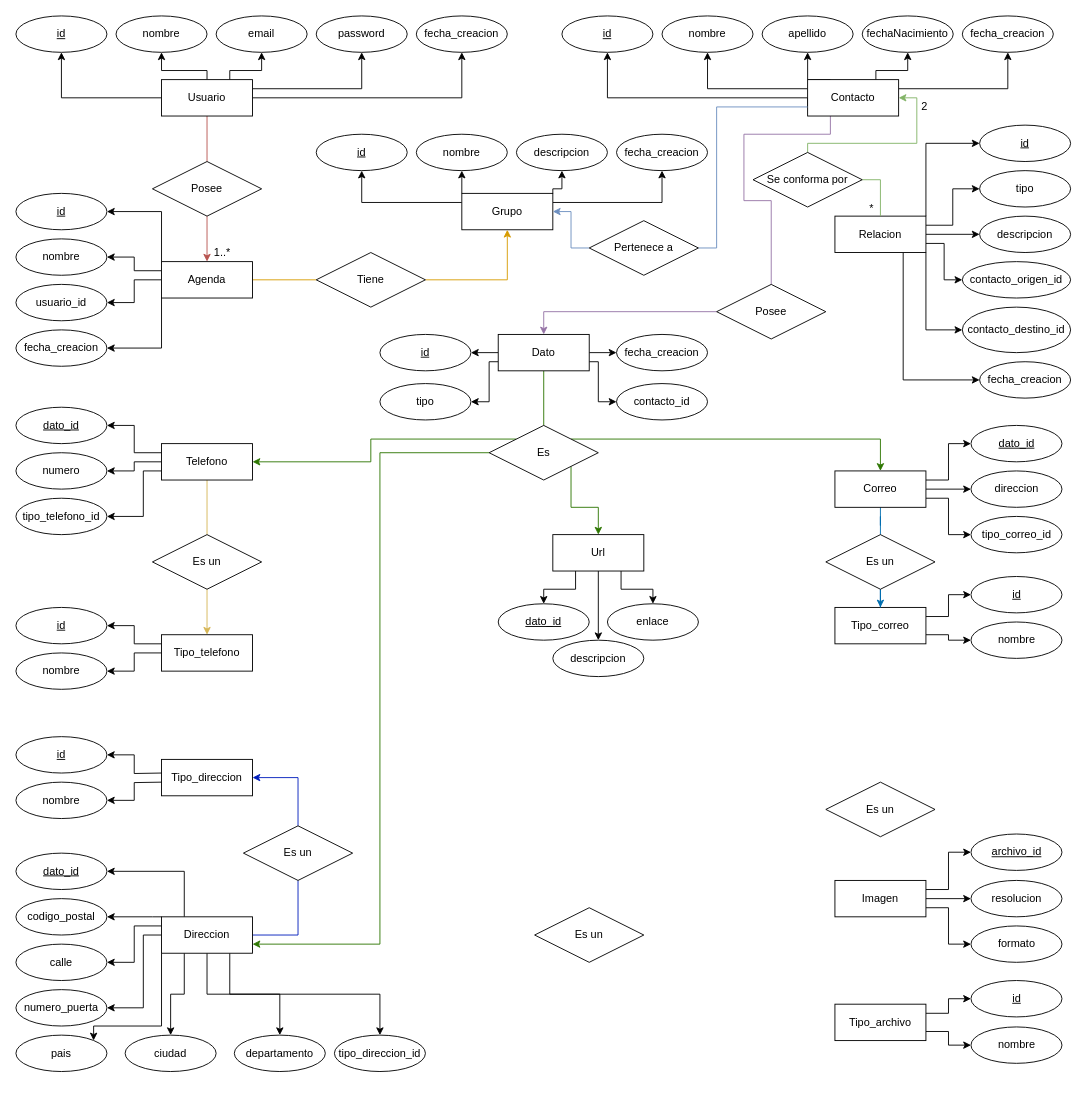
This is Diagrama sin título.drawio from clara-s-n/ejercicio_sobre_repositorios, a draw.io file, before an edit. Source tidied: cells renumbered, new cells numbered last; positions are measured from the earlier drawing's top-left corner, leaving out a move shared by most shapes. Both pictures are drawn from the tidied source at 91%, with x=0, y=0 at pixel (15, 15).
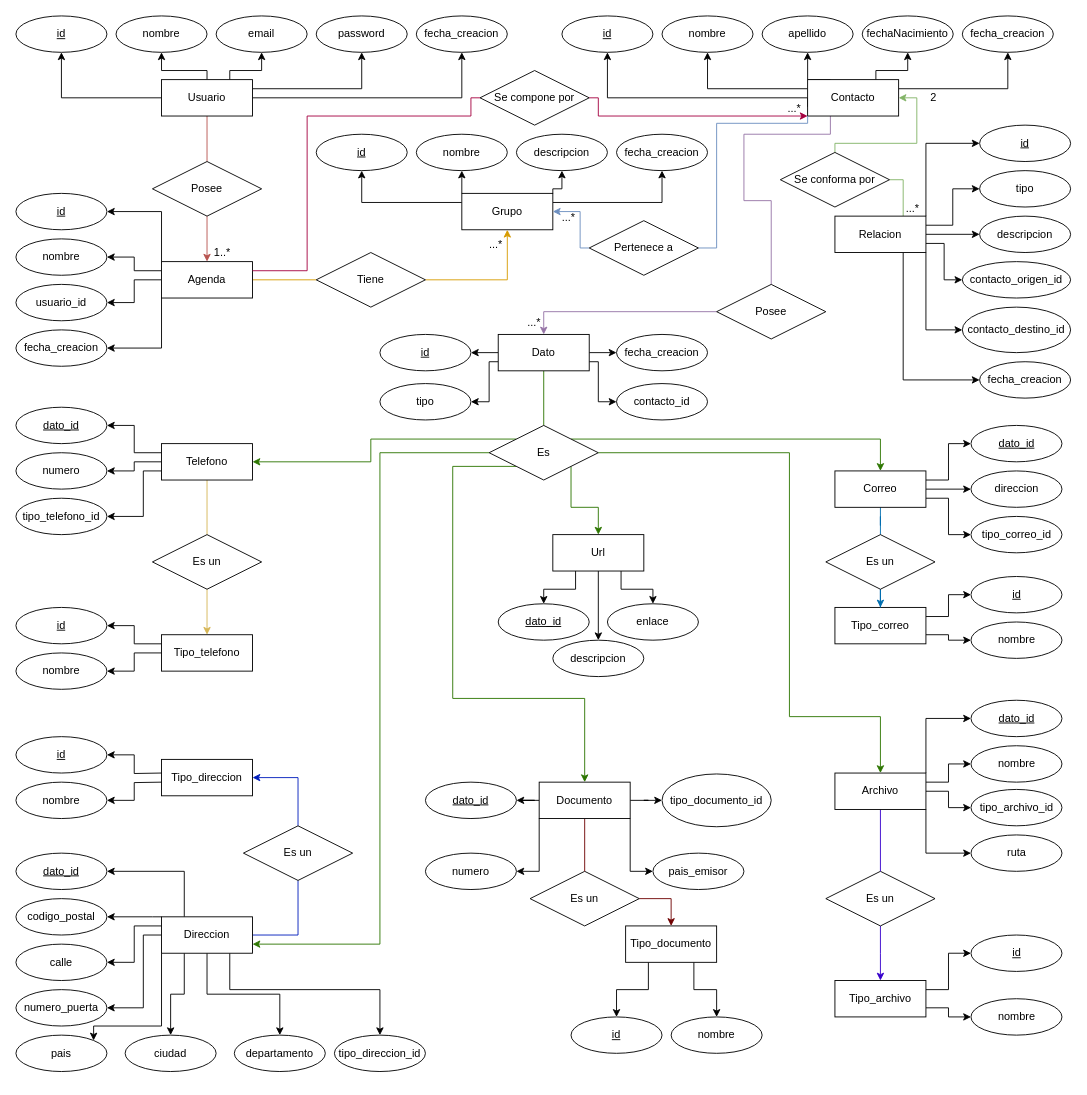
Above is the later version.

The change refers to these unchanged cells:
```xml
<mxCell id="8" value="Usuario" style="whiteSpace=wrap;html=1;align=center;" parent="1" vertex="1">
  <mxGeometry x="160" y="70" width="100" height="40" as="geometry" />
</mxCell>
<mxCell id="17" value="Agenda" style="whiteSpace=wrap;html=1;align=center;" parent="1" vertex="1">
  <mxGeometry x="160" y="270" width="100" height="40" as="geometry" />
</mxCell>
<mxCell id="29" value="Contacto" style="whiteSpace=wrap;html=1;align=center;" parent="1" vertex="1">
  <mxGeometry x="870" y="70" width="100" height="40" as="geometry" />
</mxCell>
<mxCell id="42" value="Relacion" style="whiteSpace=wrap;html=1;align=center;" parent="1" vertex="1">
  <mxGeometry x="900" y="220" width="100" height="40" as="geometry" />
</mxCell>
<mxCell id="52" value="fecha_creacion" style="ellipse;whiteSpace=wrap;html=1;align=center;" parent="1" vertex="1">
  <mxGeometry x="440" width="100" height="40" as="geometry" />
</mxCell>
<mxCell id="61" value="Grupo" style="whiteSpace=wrap;html=1;align=center;" parent="1" vertex="1">
  <mxGeometry x="490" y="195" width="100" height="40" as="geometry" />
</mxCell>
<mxCell id="70" value="Pertenece a" style="shape=rhombus;perimeter=rhombusPerimeter;whiteSpace=wrap;html=1;align=center;" parent="1" vertex="1">
  <mxGeometry x="630" y="225" width="120" height="60" as="geometry" />
</mxCell>
<mxCell id="102" value="Es" style="shape=rhombus;perimeter=rhombusPerimeter;whiteSpace=wrap;html=1;align=center;" parent="1" vertex="1">
  <mxGeometry x="520" y="450" width="120" height="60" as="geometry" />
</mxCell>
<mxCell id="134" value="Direccion" style="whiteSpace=wrap;html=1;align=center;" parent="1" vertex="1">
  <mxGeometry x="160" y="990" width="100" height="40" as="geometry" />
</mxCell>
<mxCell id="149" value="tipo_direccion_id" style="ellipse;whiteSpace=wrap;html=1;align=center;" parent="1" vertex="1">
  <mxGeometry x="350" y="1120" width="100" height="40" as="geometry" />
</mxCell>
```

What changed in the source:
```diff
@@
     <mxCell id="5" style="edgeStyle=orthogonalEdgeStyle;rounded=0;jettySize=auto;html=1;exitX=1;exitY=0.5;exitDx=0;exitDy=0;entryX=0.5;entryY=1;entryDx=0;entryDy=0;" parent="1" edge="1" source="8" target="52">
-      <mxGeometry relative="1" as="geometry" />
+      <mxGeometry relative="1" as="geometry">
+        <Array as="points">
+          <mxPoint x="490" y="90" />
+        </Array>
+      </mxGeometry>
     </mxCell>
@@
+    <mxCell id="165" style="edgeStyle=orthogonalEdgeStyle;rounded=0;jettySize=auto;html=1;exitX=0.75;exitY=0;exitDx=0;exitDy=0;entryX=1;entryY=0.5;entryDx=0;entryDy=0;endArrow=none;endFill=0;fillColor=#d5e8d4;strokeColor=#82b366;" parent="1" edge="1" source="42" target="45">
+      <mxGeometry relative="1" as="geometry">
+        <Array as="points">
+          <mxPoint x="975" y="180" />
+        </Array>
+      </mxGeometry>
+    </mxCell>
@@
-    <mxCell id="43" style="edgeStyle=orthogonalEdgeStyle;rounded=0;jettySize=auto;html=1;exitX=1;exitY=0.5;exitDx=0;exitDy=0;entryX=0.5;entryY=0;entryDx=0;entryDy=0;fillColor=#d5e8d4;strokeColor=#82b366;endArrow=none;endFill=0;" parent="1" edge="1" source="45" target="42">
-      <mxGeometry relative="1" as="geometry" />
-    </mxCell>
     <mxCell id="44" style="edgeStyle=orthogonalEdgeStyle;rounded=0;jettySize=auto;html=1;exitX=0.5;exitY=0;exitDx=0;exitDy=0;entryX=1;entryY=0.5;entryDx=0;entryDy=0;fillColor=#d5e8d4;strokeColor=#82b366;" parent="1" edge="1" source="45" target="29">
       <mxGeometry relative="1" as="geometry">
         <Array as="points">
-          <mxPoint x="870" y="140" />
+          <mxPoint x="900" y="140" />
           <mxPoint x="990" y="140" />
           <mxPoint x="990" y="90" />
         </Array>
       </mxGeometry>
     </mxCell>
     <mxCell id="45" value="Se conforma por" style="shape=rhombus;perimeter=rhombusPerimeter;whiteSpace=wrap;html=1;align=center;" parent="1" vertex="1">
-      <mxGeometry x="810" y="150" width="120" height="60" as="geometry" />
+      <mxGeometry x="840" y="150" width="120" height="60" as="geometry" />
     </mxCell>
@@
-    <mxCell id="53" value="*" style="html=1;whiteSpace=wrap;align=right;verticalAlign=bottom;" parent="1" vertex="1">
-      <mxGeometry x="810" y="220" as="geometry">
+    <mxCell id="53" value="...&lt;span style=&quot;background-color: initial;&quot;&gt;*&lt;/span&gt;" style="html=1;whiteSpace=wrap;align=right;verticalAlign=bottom;" parent="1" vertex="1">
+      <mxGeometry x="860" y="220" as="geometry">
         <mxPoint x="134" as="offset" />
       </mxGeometry>
     </mxCell>
     <mxCell id="54" value="2" style="html=1;whiteSpace=wrap;align=right;verticalAlign=bottom;" parent="1" vertex="1">
-      <mxGeometry x="980" y="100" as="geometry">
+      <mxGeometry x="990" y="90" as="geometry">
         <mxPoint x="23" y="8" as="offset" />
       </mxGeometry>
     </mxCell>
@@
-    <mxCell id="63" style="edgeStyle=orthogonalEdgeStyle;rounded=0;jettySize=auto;html=1;exitX=0;exitY=0.75;exitDx=0;exitDy=0;entryX=1;entryY=0.5;entryDx=0;entryDy=0;endArrow=none;endFill=0;fillColor=#dae8fc;strokeColor=#6c8ebf;" parent="1" edge="1" source="29" target="70">
+    <mxCell id="63" style="edgeStyle=orthogonalEdgeStyle;rounded=0;jettySize=auto;html=1;endArrow=none;endFill=0;fillColor=#dae8fc;strokeColor=#6c8ebf;exitX=0;exitY=1;exitDx=0;exitDy=0;entryX=1;entryY=0.5;entryDx=0;entryDy=0;" parent="1" edge="1" source="29" target="70">
       <mxGeometry relative="1" as="geometry">
         <Array as="points">
-          <mxPoint x="770" y="100" />
+          <mxPoint x="870" y="118" />
+          <mxPoint x="770" y="118" />
           <mxPoint x="770" y="255" />
         </Array>
       </mxGeometry>
     </mxCell>
@@
     <mxCell id="69" style="edgeStyle=orthogonalEdgeStyle;rounded=0;jettySize=auto;html=1;exitX=0;exitY=0.5;exitDx=0;exitDy=0;entryX=1;entryY=0.5;entryDx=0;entryDy=0;fillColor=#dae8fc;strokeColor=#6c8ebf;" parent="1" edge="1" source="70" target="61">
-      <mxGeometry relative="1" as="geometry" />
+      <mxGeometry relative="1" as="geometry">
+        <Array as="points">
+          <mxPoint x="620" y="255" />
+          <mxPoint x="620" y="215" />
+        </Array>
+      </mxGeometry>
     </mxCell>
@@
+    <mxCell id="166" style="edgeStyle=orthogonalEdgeStyle;rounded=0;jettySize=auto;html=1;exitX=1;exitY=0.5;exitDx=0;exitDy=0;entryX=0.5;entryY=0;entryDx=0;entryDy=0;fillColor=#60a917;strokeColor=#2D7600;" parent="1" edge="1" source="102" target="175">
+      <mxGeometry relative="1" as="geometry">
+        <Array as="points">
+          <mxPoint x="850" y="480" />
+          <mxPoint x="850" y="770" />
+          <mxPoint x="950" y="770" />
+        </Array>
+      </mxGeometry>
+    </mxCell>
+    <mxCell id="167" style="edgeStyle=orthogonalEdgeStyle;rounded=0;jettySize=auto;html=1;exitX=0;exitY=1;exitDx=0;exitDy=0;fillColor=#60a917;strokeColor=#2D7600;" parent="1" edge="1" source="102" target="185">
+      <mxGeometry relative="1" as="geometry">
+        <Array as="points">
+          <mxPoint x="480" y="495" />
+          <mxPoint x="480" y="750" />
+          <mxPoint x="625" y="750" />
+        </Array>
+      </mxGeometry>
+    </mxCell>
@@
     <mxCell id="132" style="edgeStyle=orthogonalEdgeStyle;rounded=0;jettySize=auto;html=1;exitX=0.75;exitY=1;exitDx=0;exitDy=0;entryX=0.5;entryY=0;entryDx=0;entryDy=0;" parent="1" edge="1" source="134" target="149">
-      <mxGeometry relative="1" as="geometry" />
+      <mxGeometry relative="1" as="geometry">
+        <Array as="points">
+          <mxPoint x="235" y="1070" />
+          <mxPoint x="400" y="1070" />
+        </Array>
+      </mxGeometry>
     </mxCell>
@@
     <mxCell id="153" value="Tipo_archivo" style="whiteSpace=wrap;html=1;align=center;" parent="1" vertex="1">
-      <mxGeometry x="900" y="1086" width="100" height="40" as="geometry" />
+      <mxGeometry x="900" y="1060" width="100" height="40" as="geometry" />
     </mxCell>
     <mxCell id="154" value="id" style="ellipse;whiteSpace=wrap;html=1;align=center;fontStyle=4;" parent="1" vertex="1">
-      <mxGeometry x="1049.5" y="1060" width="100" height="40" as="geometry" />
+      <mxGeometry x="1049.5" y="1010" width="100" height="40" as="geometry" />
     </mxCell>
     <mxCell id="155" value="nombre" style="ellipse;whiteSpace=wrap;html=1;align=center;" parent="1" vertex="1">
-      <mxGeometry x="1049.5" y="1111" width="100" height="40" as="geometry" />
+      <mxGeometry x="1049.5" y="1080" width="100" height="40" as="geometry" />
     </mxCell>
+    <mxCell id="168" style="edgeStyle=orthogonalEdgeStyle;rounded=0;jettySize=auto;html=1;exitX=1;exitY=0.5;exitDx=0;exitDy=0;entryX=0.5;entryY=0;entryDx=0;entryDy=0;fillColor=#a20025;strokeColor=#6F0000;" parent="1" edge="1" source="156" target="188">
+      <mxGeometry relative="1" as="geometry" />
+    </mxCell>
     <mxCell id="156" value="Es un" style="shape=rhombus;perimeter=rhombusPerimeter;whiteSpace=wrap;html=1;align=center;" parent="1" vertex="1">
-      <mxGeometry x="570" y="980" width="120" height="60" as="geometry" />
+      <mxGeometry x="565" y="940" width="120" height="60" as="geometry" />
     </mxCell>
+    <mxCell id="169" style="edgeStyle=orthogonalEdgeStyle;rounded=0;jettySize=auto;html=1;fillColor=#6a00ff;strokeColor=#3700CC;" parent="1" edge="1" source="157" target="153">
+      <mxGeometry relative="1" as="geometry">
+        <Array as="points">
+          <mxPoint x="950" y="1030" />
+          <mxPoint x="950" y="1030" />
+        </Array>
+      </mxGeometry>
+    </mxCell>
     <mxCell id="157" value="Es un" style="shape=rhombus;perimeter=rhombusPerimeter;whiteSpace=wrap;html=1;align=center;" parent="1" vertex="1">
-      <mxGeometry x="890" y="842" width="120" height="60" as="geometry" />
+      <mxGeometry x="890" y="940" width="120" height="60" as="geometry" />
     </mxCell>
-    <mxCell id="158" style="edgeStyle=orthogonalEdgeStyle;rounded=0;jettySize=auto;html=1;exitX=1;exitY=0.25;exitDx=0;exitDy=0;entryX=0;entryY=0.5;entryDx=0;entryDy=0;" parent="1" edge="1" source="161" target="162">
-      <mxGeometry relative="1" as="geometry" />
-    </mxCell>
-    <mxCell id="159" style="edgeStyle=orthogonalEdgeStyle;rounded=0;jettySize=auto;html=1;exitX=1;exitY=0.75;exitDx=0;exitDy=0;entryX=0;entryY=0.5;entryDx=0;entryDy=0;" parent="1" edge="1" source="161" target="164">
-      <mxGeometry relative="1" as="geometry" />
-    </mxCell>
-    <mxCell id="160" style="edgeStyle=orthogonalEdgeStyle;rounded=0;jettySize=auto;html=1;exitX=1;exitY=0.5;exitDx=0;exitDy=0;entryX=0;entryY=0.5;entryDx=0;entryDy=0;" parent="1" edge="1" source="161" target="163">
-      <mxGeometry relative="1" as="geometry" />
-    </mxCell>
-    <mxCell id="161" value="Imagen" style="whiteSpace=wrap;html=1;align=center;" parent="1" vertex="1">
-      <mxGeometry x="900" y="950" width="100" height="40" as="geometry" />
-    </mxCell>
-    <mxCell id="162" value="archivo_id" style="ellipse;whiteSpace=wrap;html=1;align=center;fontStyle=4;" parent="1" vertex="1">
-      <mxGeometry x="1049.5" y="899" width="100" height="40" as="geometry" />
-    </mxCell>
-    <mxCell id="163" value="resolucion" style="ellipse;whiteSpace=wrap;html=1;align=center;" parent="1" vertex="1">
-      <mxGeometry x="1049.5" y="950" width="100" height="40" as="geometry" />
-    </mxCell>
-    <mxCell id="164" value="formato" style="ellipse;whiteSpace=wrap;html=1;align=center;" parent="1" vertex="1">
-      <mxGeometry x="1049.5" y="1000" width="100" height="40" as="geometry" />
-    </mxCell>
+    <mxCell id="170" style="edgeStyle=orthogonalEdgeStyle;rounded=0;jettySize=auto;html=1;exitX=1;exitY=0.25;exitDx=0;exitDy=0;entryX=0;entryY=0.5;entryDx=0;entryDy=0;" parent="1" edge="1" source="175" target="177">
+      <mxGeometry relative="1" as="geometry" />
+    </mxCell>
+    <mxCell id="171" style="edgeStyle=orthogonalEdgeStyle;rounded=0;jettySize=auto;html=1;" parent="1" edge="1" source="175" target="178">
+      <mxGeometry relative="1" as="geometry" />
+    </mxCell>
+    <mxCell id="172" style="edgeStyle=orthogonalEdgeStyle;rounded=0;jettySize=auto;html=1;exitX=1;exitY=1;exitDx=0;exitDy=0;entryX=0;entryY=0.5;entryDx=0;entryDy=0;" parent="1" edge="1" source="175" target="179">
+      <mxGeometry relative="1" as="geometry" />
+    </mxCell>
+    <mxCell id="173" style="edgeStyle=orthogonalEdgeStyle;rounded=0;jettySize=auto;html=1;exitX=1;exitY=0;exitDx=0;exitDy=0;entryX=0;entryY=0.5;entryDx=0;entryDy=0;" parent="1" edge="1" source="175" target="176">
+      <mxGeometry relative="1" as="geometry" />
+    </mxCell>
+    <mxCell id="174" style="edgeStyle=orthogonalEdgeStyle;rounded=0;jettySize=auto;html=1;exitX=0.5;exitY=1;exitDx=0;exitDy=0;endArrow=none;endFill=0;fillColor=#6a00ff;strokeColor=#3700CC;" parent="1" edge="1" source="175" target="157">
+      <mxGeometry relative="1" as="geometry" />
+    </mxCell>
+    <mxCell id="175" value="Archivo" style="whiteSpace=wrap;html=1;align=center;" parent="1" vertex="1">
+      <mxGeometry x="900" y="832" width="100" height="40" as="geometry" />
+    </mxCell>
+    <mxCell id="176" value="dato_&lt;span style=&quot;background-color: initial;&quot;&gt;id&lt;/span&gt;" style="ellipse;whiteSpace=wrap;html=1;align=center;fontStyle=4;" parent="1" vertex="1">
+      <mxGeometry x="1049.5" y="752" width="100" height="40" as="geometry" />
+    </mxCell>
+    <mxCell id="177" value="nombre" style="ellipse;whiteSpace=wrap;html=1;align=center;" parent="1" vertex="1">
+      <mxGeometry x="1049.5" y="802" width="100" height="40" as="geometry" />
+    </mxCell>
+    <mxCell id="178" value="tipo_archivo_id" style="ellipse;whiteSpace=wrap;html=1;align=center;" parent="1" vertex="1">
+      <mxGeometry x="1049.5" y="850" width="100" height="40" as="geometry" />
+    </mxCell>
+    <mxCell id="179" value="ruta" style="ellipse;whiteSpace=wrap;html=1;align=center;" parent="1" vertex="1">
+      <mxGeometry x="1049.5" y="900" width="100" height="40" as="geometry" />
+    </mxCell>
+    <mxCell id="180" style="edgeStyle=orthogonalEdgeStyle;rounded=0;jettySize=auto;html=1;exitX=0.5;exitY=1;exitDx=0;exitDy=0;entryX=0.5;entryY=0;entryDx=0;entryDy=0;fillColor=#a20025;strokeColor=#6F0000;endArrow=none;endFill=0;" parent="1" edge="1" source="185" target="156">
+      <mxGeometry relative="1" as="geometry" />
+    </mxCell>
+    <mxCell id="181" style="edgeStyle=orthogonalEdgeStyle;rounded=0;jettySize=auto;html=1;" parent="1" edge="1" source="185" target="189">
+      <mxGeometry relative="1" as="geometry" />
+    </mxCell>
+    <mxCell id="182" style="edgeStyle=orthogonalEdgeStyle;rounded=0;jettySize=auto;html=1;" parent="1" edge="1" source="185" target="191">
+      <mxGeometry relative="1" as="geometry" />
+    </mxCell>
+    <mxCell id="183" style="edgeStyle=orthogonalEdgeStyle;rounded=0;jettySize=auto;html=1;exitX=1;exitY=1;exitDx=0;exitDy=0;entryX=0;entryY=0.5;entryDx=0;entryDy=0;" parent="1" edge="1" source="185" target="190">
+      <mxGeometry relative="1" as="geometry" />
+    </mxCell>
+    <mxCell id="184" style="edgeStyle=orthogonalEdgeStyle;rounded=0;jettySize=auto;html=1;exitX=0;exitY=1;exitDx=0;exitDy=0;entryX=1;entryY=0.5;entryDx=0;entryDy=0;" parent="1" edge="1" source="185" target="192">
+      <mxGeometry relative="1" as="geometry" />
+    </mxCell>
+    <mxCell id="185" value="Documento" style="whiteSpace=wrap;html=1;align=center;" parent="1" vertex="1">
+      <mxGeometry x="575" y="842" width="100" height="40" as="geometry" />
+    </mxCell>
+    <mxCell id="186" style="edgeStyle=orthogonalEdgeStyle;rounded=0;jettySize=auto;html=1;exitX=0.25;exitY=1;exitDx=0;exitDy=0;entryX=0.5;entryY=0;entryDx=0;entryDy=0;" parent="1" edge="1" source="188" target="193">
+      <mxGeometry relative="1" as="geometry" />
+    </mxCell>
+    <mxCell id="187" style="edgeStyle=orthogonalEdgeStyle;rounded=0;jettySize=auto;html=1;exitX=0.75;exitY=1;exitDx=0;exitDy=0;entryX=0.5;entryY=0;entryDx=0;entryDy=0;" parent="1" edge="1" source="188" target="194">
+      <mxGeometry relative="1" as="geometry" />
+    </mxCell>
+    <mxCell id="188" value="Tipo_documento" style="whiteSpace=wrap;html=1;align=center;" parent="1" vertex="1">
+      <mxGeometry x="670" y="1000" width="100" height="40" as="geometry" />
+    </mxCell>
+    <mxCell id="189" value="dato_&lt;span style=&quot;background-color: initial;&quot;&gt;id&lt;/span&gt;" style="ellipse;whiteSpace=wrap;html=1;align=center;fontStyle=4;" parent="1" vertex="1">
+      <mxGeometry x="450" y="842" width="100" height="40" as="geometry" />
+    </mxCell>
+    <mxCell id="190" value="pais_emisor" style="ellipse;whiteSpace=wrap;html=1;align=center;" parent="1" vertex="1">
+      <mxGeometry x="700" y="920" width="100" height="40" as="geometry" />
+    </mxCell>
+    <mxCell id="191" value="tipo_documento_id" style="ellipse;whiteSpace=wrap;html=1;align=center;" parent="1" vertex="1">
+      <mxGeometry x="710" y="833" width="120" height="58" as="geometry" />
+    </mxCell>
+    <mxCell id="192" value="numero" style="ellipse;whiteSpace=wrap;html=1;align=center;" parent="1" vertex="1">
+      <mxGeometry x="450" y="920" width="100" height="40" as="geometry" />
+    </mxCell>
+    <mxCell id="193" value="id" style="ellipse;whiteSpace=wrap;html=1;align=center;fontStyle=4;" parent="1" vertex="1">
+      <mxGeometry x="610" y="1100" width="100" height="40" as="geometry" />
+    </mxCell>
+    <mxCell id="194" value="nombre" style="ellipse;whiteSpace=wrap;html=1;align=center;" parent="1" vertex="1">
+      <mxGeometry x="720" y="1100" width="100" height="40" as="geometry" />
+    </mxCell>
+    <mxCell id="195" value="...*" style="html=1;whiteSpace=wrap;align=right;verticalAlign=bottom;" parent="1" vertex="1">
+      <mxGeometry x="575" y="335" as="geometry">
+        <mxPoint x="3" y="10" as="offset" />
+      </mxGeometry>
+    </mxCell>
+    <mxCell id="196" value="...*" style="html=1;whiteSpace=wrap;align=right;verticalAlign=bottom;" parent="1" vertex="1">
+      <mxGeometry x="620" y="315" as="geometry">
+        <mxPoint x="-4" y="-85" as="offset" />
+      </mxGeometry>
+    </mxCell>
+    <mxCell id="197" value="...*" style="html=1;whiteSpace=wrap;align=right;verticalAlign=bottom;" parent="1" vertex="1">
+      <mxGeometry x="540" y="345" as="geometry">
+        <mxPoint x="-4" y="-85" as="offset" />
+      </mxGeometry>
+    </mxCell>
+    <mxCell id="198" value="...&lt;span style=&quot;background-color: initial;&quot;&gt;*&lt;/span&gt;" style="html=1;whiteSpace=wrap;align=right;verticalAlign=bottom;" parent="1" vertex="1">
+      <mxGeometry x="730" y="110" as="geometry">
+        <mxPoint x="134" as="offset" />
+      </mxGeometry>
+    </mxCell>
+    <mxCell id="199" style="edgeStyle=orthogonalEdgeStyle;rounded=0;jettySize=auto;html=1;exitX=1;exitY=0.25;exitDx=0;exitDy=0;fillColor=#d80073;strokeColor=#A50040;entryX=0;entryY=0.5;entryDx=0;entryDy=0;endArrow=none;endFill=0;" parent="1" edge="1" source="17" target="200">
+      <mxGeometry relative="1" as="geometry">
+        <Array as="points">
+          <mxPoint x="320" y="280" />
+          <mxPoint x="320" y="110" />
+          <mxPoint x="500" y="110" />
+          <mxPoint x="500" y="90" />
+        </Array>
+      </mxGeometry>
+    </mxCell>
+    <mxCell id="200" value="Se compone por" style="shape=rhombus;perimeter=rhombusPerimeter;whiteSpace=wrap;html=1;align=center;" parent="1" vertex="1">
+      <mxGeometry x="510" y="60" width="120" height="60" as="geometry" />
+    </mxCell>
+    <mxCell id="201" style="edgeStyle=orthogonalEdgeStyle;rounded=0;jettySize=auto;html=1;exitX=1;exitY=0.5;exitDx=0;exitDy=0;fillColor=#d80073;strokeColor=#A50040;entryX=0;entryY=1;entryDx=0;entryDy=0;endArrow=classic;endFill=1;" parent="1" edge="1" source="200" target="29">
+      <mxGeometry relative="1" as="geometry">
+        <Array as="points">
+          <mxPoint x="640" y="90" />
+          <mxPoint x="640" y="110" />
+        </Array>
+      </mxGeometry>
+    </mxCell>
```
